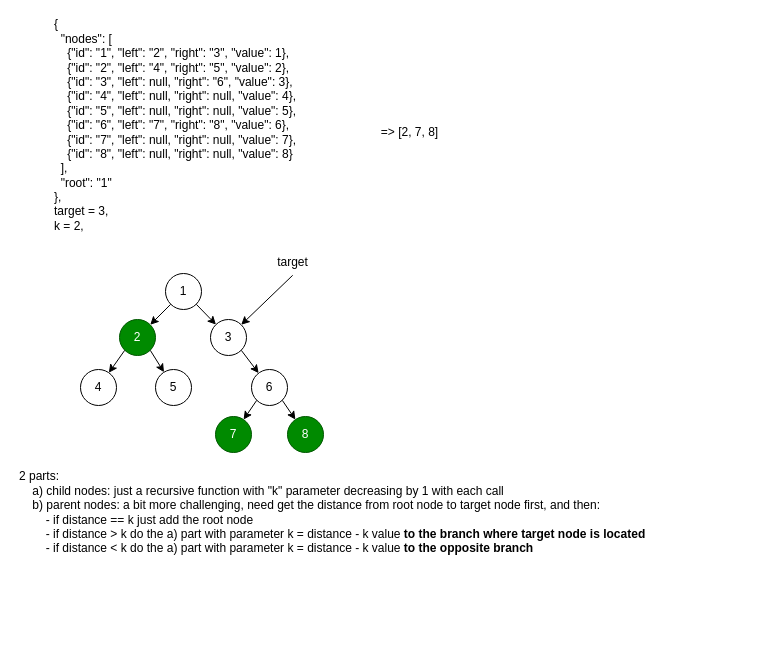
This is page "FindNodesDistanceK" (7 of 8) of _diagrams/draft_hard2.drawio from KucherenkoSerhiy/AlgoPractice, a draw.io file, before an edit. Source tidied: cells renumbered, new cells numbered last; positions are measured from the earlier drawing's top-left corner, leaving out a move shared by most shapes. Both pictures are drawn from the tidied source at 100%, with x=0, y=0 at pixel (17, 21).
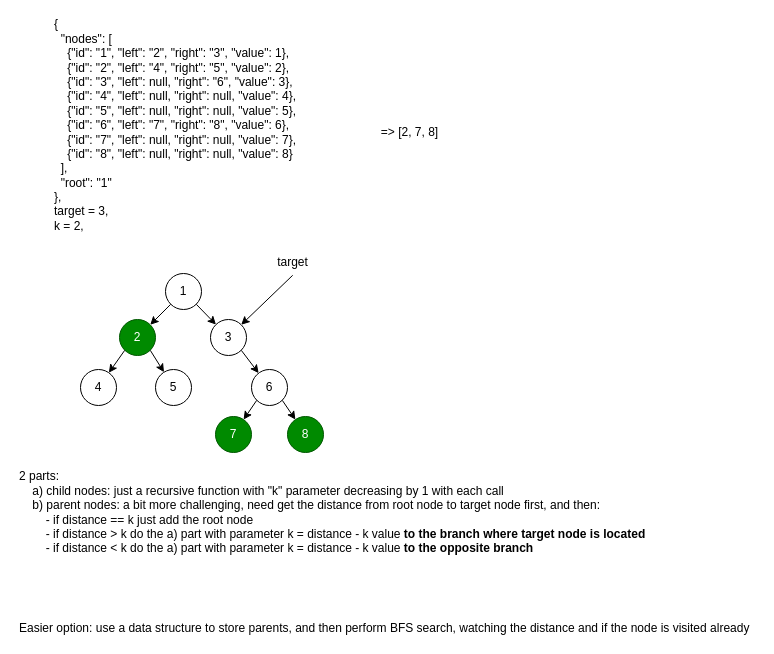
The same diagram, later.

Change to the diagram source:
```diff
@@
+    <mxCell id="21" value="Easier option: use a data structure to store parents, and then perform BFS search, watching the distance and if the node is visited already" style="text;html=1;align=left;verticalAlign=middle;fontSize=12;" parent="1" vertex="1">
+      <mxGeometry y="598" width="740" height="18" as="geometry" />
+    </mxCell>
```
